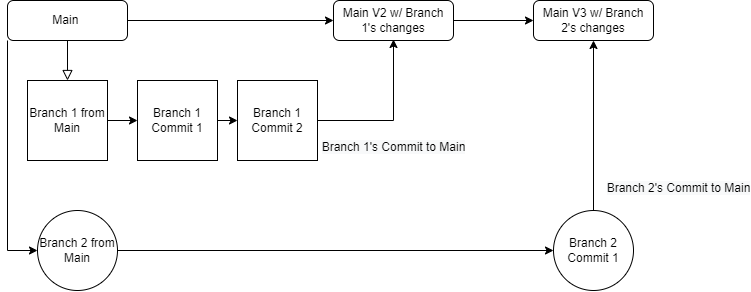
Earlier version of the draw.io export Git/GitBranch/GitBranch Diagram.drawio.png (XXLMandalorian013/diagrams.net). Source tidied: cells renumbered, new cells last; positions are measured from the earlier drawing's top-left corner, leaving out a move shared by most shapes.
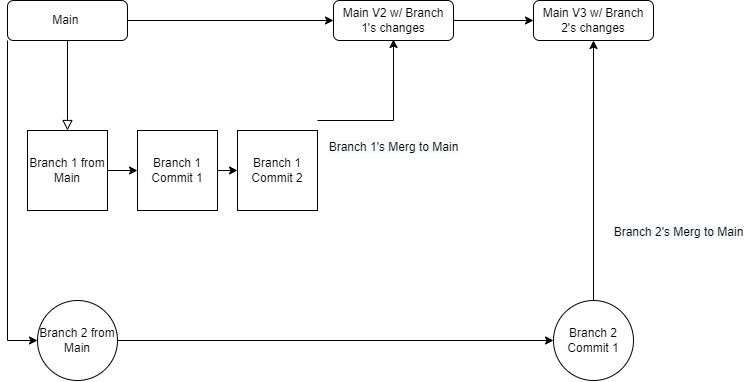
Later version of the same file.

The edit, as a diff of the source:
```diff
@@ -15,7 +15,7 @@
       <mxGeometry relative="1" as="geometry" />
     </mxCell>
     <mxCell id="6" value="Branch 2 from Main" style="ellipse;whiteSpace=wrap;html=1;" parent="1" vertex="1">
-      <mxGeometry x="30" y="210" width="80" height="80" as="geometry" />
+      <mxGeometry x="30" y="300" width="80" height="80" as="geometry" />
     </mxCell>
     <mxCell id="7" style="edgeStyle=orthogonalEdgeStyle;rounded=0;jettySize=auto;html=1;" parent="1" edge="1" source="8" target="17">
       <mxGeometry relative="1" as="geometry" />
@@ -24,9 +24,9 @@
       <mxGeometry x="326" width="120" height="40" as="geometry" />
     </mxCell>
     <mxCell id="9" value="Branch 2 Commit 1" style="ellipse;whiteSpace=wrap;html=1;" parent="1" vertex="1">
-      <mxGeometry x="546" y="210" width="80" height="80" as="geometry" />
+      <mxGeometry x="546" y="300" width="80" height="80" as="geometry" />
     </mxCell>
-    <mxCell id="10" value="&lt;br&gt;&lt;span style=&quot;color: rgb(0, 0, 0); font-family: Helvetica; font-size: 12px; font-style: normal; font-variant-ligatures: normal; font-variant-caps: normal; font-weight: 400; letter-spacing: normal; orphans: 2; text-align: center; text-indent: 0px; text-transform: none; widows: 2; word-spacing: 0px; -webkit-text-stroke-width: 0px; background-color: rgb(248, 249, 250); text-decoration-thickness: initial; text-decoration-style: initial; text-decoration-color: initial; float: none; display: inline !important;&quot;&gt;Branch 1's Commit to Main&lt;/span&gt;" style="endArrow=classic;html=1;rounded=0;entryX=0.5;entryY=1;entryDx=0;entryDy=0;exitX=1;exitY=0.5;exitDx=0;exitDy=0;" parent="1" edge="1">
+    <mxCell id="10" value="&lt;br&gt;&lt;span style=&quot;color: rgb(0, 0, 0); font-family: Helvetica; font-size: 12px; font-style: normal; font-variant-ligatures: normal; font-variant-caps: normal; font-weight: 400; letter-spacing: normal; orphans: 2; text-align: center; text-indent: 0px; text-transform: none; widows: 2; word-spacing: 0px; -webkit-text-stroke-width: 0px; background-color: rgb(248, 249, 250); text-decoration-thickness: initial; text-decoration-style: initial; text-decoration-color: initial; float: none; display: inline !important;&quot;&gt;Branch 1's Merg to Main&lt;/span&gt;" style="endArrow=classic;html=1;rounded=0;entryX=0.5;entryY=1;entryDx=0;entryDy=0;exitX=1;exitY=0.5;exitDx=0;exitDy=0;" parent="1" edge="1">
       <mxGeometry x="-0.03" y="20" relative="1" as="geometry">
         <mxPoint x="310" y="120" as="sourcePoint" />
         <mxPoint x="386" y="39" as="targetPoint" />
@@ -39,18 +39,18 @@
     <mxCell id="11" style="endArrow=classic;html=1;rounded=0;entryX=0;entryY=0.5;entryDx=0;entryDy=0;exitX=0;exitY=1;exitDx=0;exitDy=0;" parent="1" edge="1" source="4" target="6">
       <mxGeometry relative="1" as="geometry">
         <Array as="points">
-          <mxPoint y="250" />
+          <mxPoint y="340" />
         </Array>
       </mxGeometry>
     </mxCell>
     <mxCell id="12" value="Branch 1 from Main" style="whiteSpace=wrap;html=1;" parent="1" vertex="1">
-      <mxGeometry x="20" y="80" width="80" height="80" as="geometry" />
+      <mxGeometry x="20" y="130" width="80" height="80" as="geometry" />
     </mxCell>
     <mxCell id="13" value="Branch 1 Commit 1" style="whiteSpace=wrap;html=1;" parent="1" vertex="1">
-      <mxGeometry x="130" y="80" width="80" height="80" as="geometry" />
+      <mxGeometry x="130" y="130" width="80" height="80" as="geometry" />
     </mxCell>
     <mxCell id="14" value="Branch 1 Commit 2" style="whiteSpace=wrap;html=1;" parent="1" vertex="1">
-      <mxGeometry x="230" y="80" width="80" height="80" as="geometry" />
+      <mxGeometry x="230" y="130" width="80" height="80" as="geometry" />
     </mxCell>
     <mxCell id="15" style="endArrow=classic;html=1;rounded=0;exitX=1;exitY=0.5;exitDx=0;exitDy=0;entryX=0;entryY=0.5;entryDx=0;entryDy=0;" parent="1" edge="1" source="12" target="13">
       <mxGeometry relative="1" as="geometry" />
@@ -64,7 +64,7 @@
     <mxCell id="18" style="endArrow=classic;html=1;rounded=0;exitX=0.5;exitY=0;exitDx=0;exitDy=0;entryX=0.5;entryY=1;entryDx=0;entryDy=0;" parent="1" edge="1" source="9" target="17">
       <mxGeometry relative="1" as="geometry" />
     </mxCell>
-    <mxCell id="19" value="&lt;br&gt;&lt;span style=&quot;font-size: 12px; background-color: rgb(248, 249, 250);&quot;&gt;Branch 2's Commit to Main&lt;/span&gt;" style="edgeLabel;html=1;align=center;verticalAlign=middle;" parent="18" vertex="1">
+    <mxCell id="19" value="&lt;br&gt;&lt;span style=&quot;font-size: 12px; background-color: rgb(248, 249, 250);&quot;&gt;Branch 2's Merg to Main&lt;/span&gt;" style="edgeLabel;html=1;align=center;verticalAlign=middle;" parent="18" vertex="1">
       <mxGeometry relative="1" as="geometry">
         <mxPoint x="84" y="55" as="offset" />
       </mxGeometry>
```
